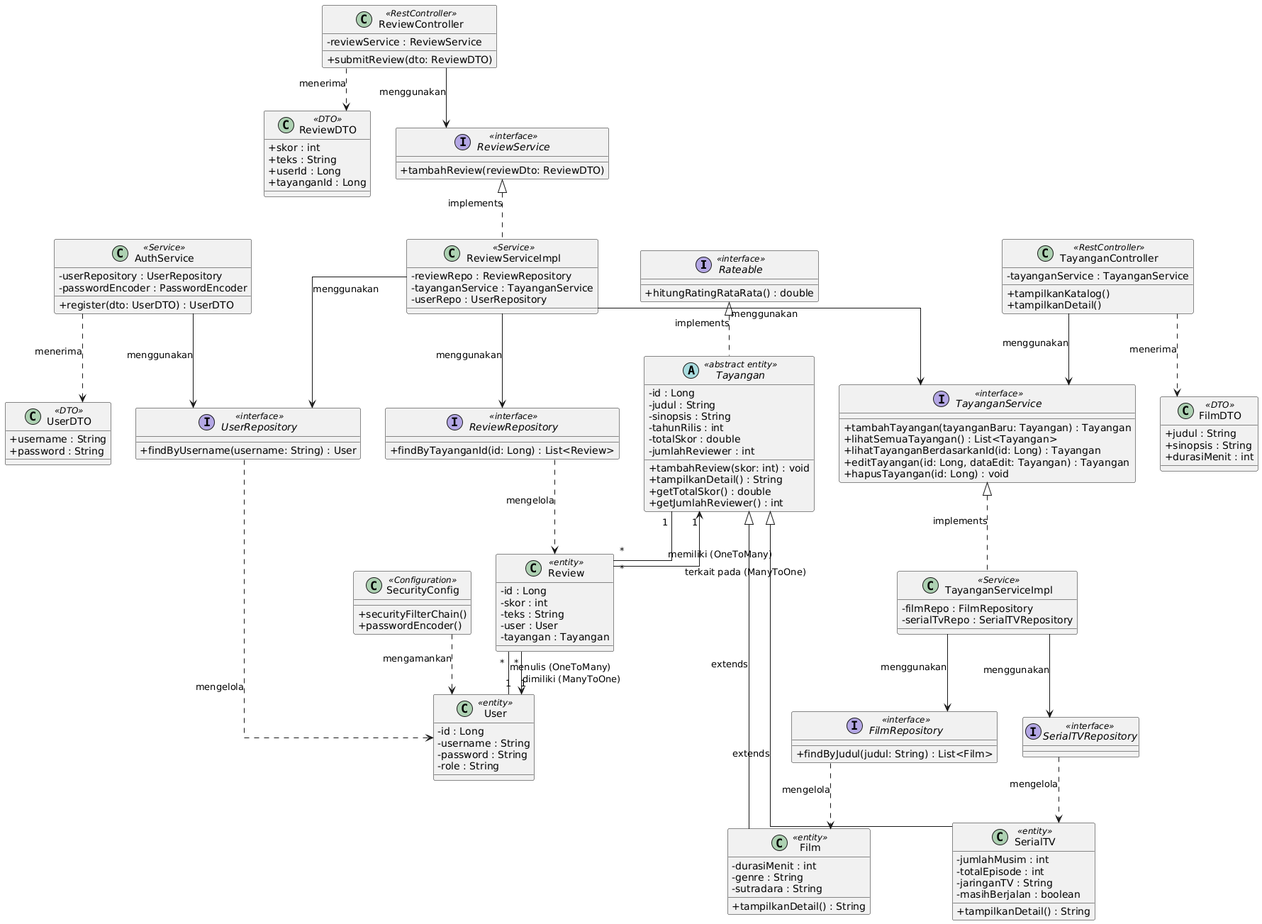
Above: docs/class diagram fiks.png in kemalzaki/AbsoluteCinema (PlantUML), before the change.
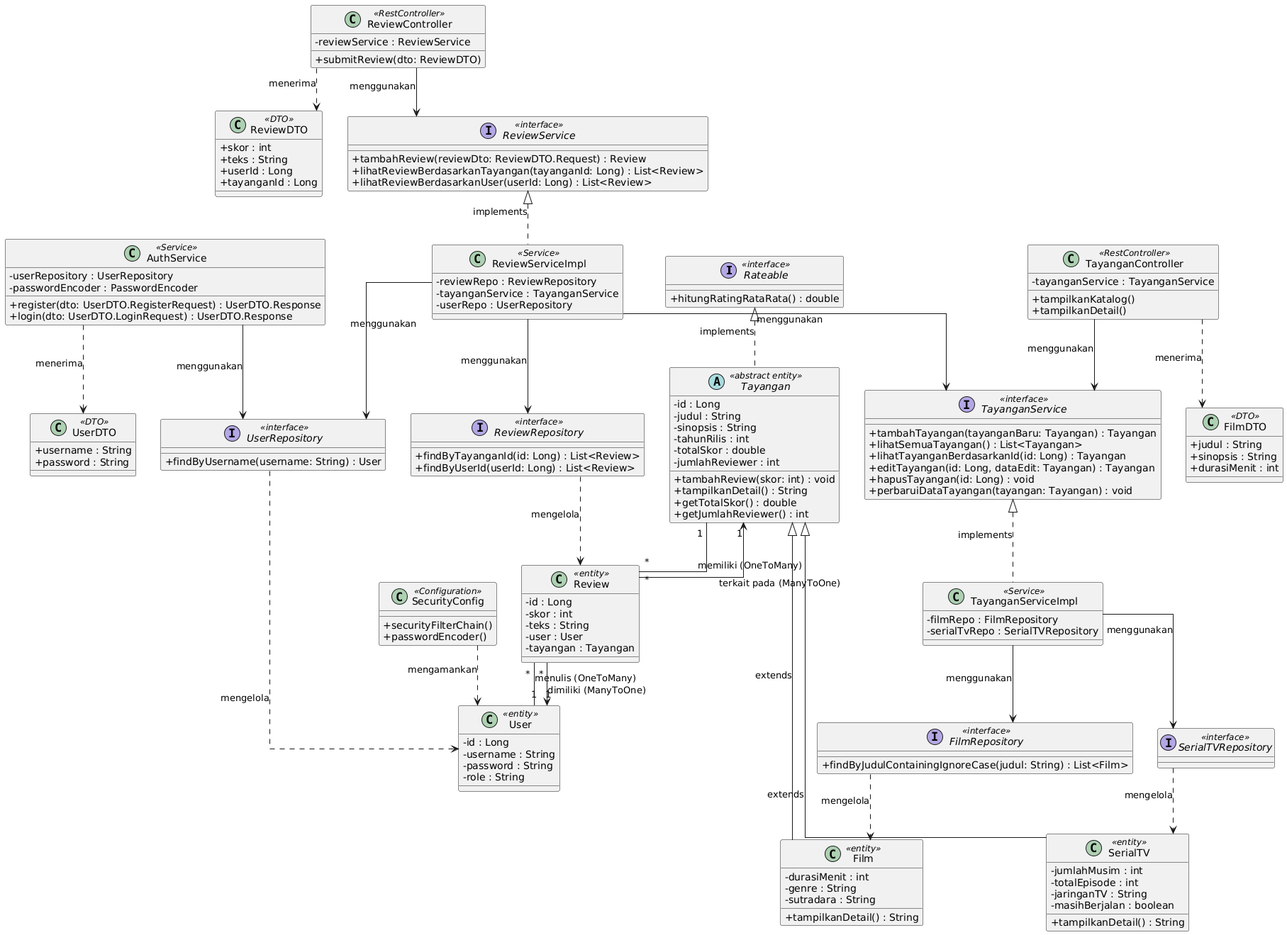
After the commit.

Commit message:
fix: update class diagram image to reflect recent changes

What changed in the source:
```diff
@@ -72,9 +72,10 @@
 }
 interface ReviewRepository <<interface>> {
     +findByTayanganId(id: Long) : List<Review>
+    +findByUserId(userId: Long) : List<Review>
 }
 interface FilmRepository <<interface>> {
-    +findByJudul(judul: String) : List<Film>
+    +findByJudulContainingIgnoreCase(judul: String) : List<Film>
 }
 interface SerialTVRepository <<interface>> {
 }
@@ -85,6 +86,7 @@
     +lihatTayanganBerdasarkanId(id: Long) : Tayangan
     +editTayangan(id: Long, dataEdit: Tayangan) : Tayangan
     +hapusTayangan(id: Long) : void
+    +perbaruiDataTayangan(tayangan: Tayangan) : void
 }
 class TayanganServiceImpl <<Service>> {
     -filmRepo : FilmRepository
@@ -92,7 +94,9 @@
 }
 
 interface ReviewService <<interface>> {
-    +tambahReview(reviewDto: ReviewDTO)
+    +tambahReview(reviewDto: ReviewDTO.Request) : Review
+    +lihatReviewBerdasarkanTayangan(tayanganId: Long) : List<Review>
+    +lihatReviewBerdasarkanUser(userId: Long) : List<Review>
 }
 class ReviewServiceImpl <<Service>> {
     -reviewRepo : ReviewRepository
@@ -103,7 +107,8 @@
 class AuthService <<Service>> {
     -userRepository : UserRepository
     -passwordEncoder : PasswordEncoder
-    +register(dto: UserDTO) : UserDTO
+    +register(dto: UserDTO.RegisterRequest) : UserDTO.Response
+    +login(dto: UserDTO.LoginRequest) : UserDTO.Response
 }
 
 class TayanganController <<RestController>> {
```
